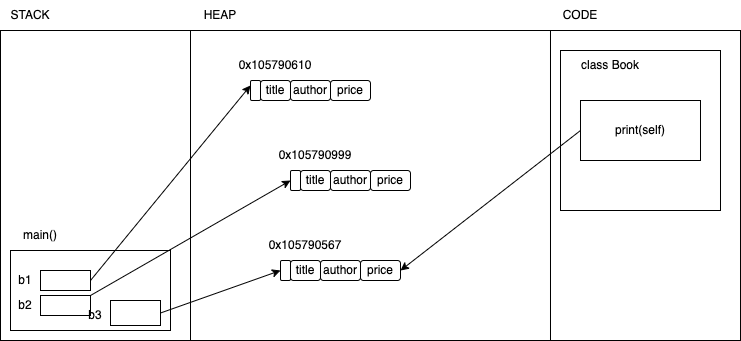
This is python_examples/concepts.dio.png from vinod-kayartaya/TARGET-PYTHON-4-DEC-2023, a draw.io export, as it was before one commit. Source tidied: cells renumbered, new cells last; positions are measured from the earlier drawing's top-left corner, leaving out a move shared by most shapes. The source it was exported from:
```xml
<mxGraphModel>
  <root>
    <mxCell id="0" />
    <mxCell id="1" parent="0" />
    <mxCell id="2" style="rounded=0;whiteSpace=wrap;html=1;" parent="1" vertex="1">
      <mxGeometry y="30" width="190" height="310" as="geometry" />
    </mxCell>
    <mxCell id="3" value="STACK" style="text;html=1;strokeColor=none;fillColor=none;align=center;verticalAlign=middle;whiteSpace=wrap;rounded=0;" parent="1" vertex="1">
      <mxGeometry width="60" height="30" as="geometry" />
    </mxCell>
    <mxCell id="4" style="rounded=0;whiteSpace=wrap;html=1;" parent="1" vertex="1">
      <mxGeometry x="190" y="30" width="360" height="310" as="geometry" />
    </mxCell>
    <mxCell id="5" value="HEAP" style="text;html=1;strokeColor=none;fillColor=none;align=center;verticalAlign=middle;whiteSpace=wrap;rounded=0;" parent="1" vertex="1">
      <mxGeometry x="190" width="60" height="30" as="geometry" />
    </mxCell>
    <mxCell id="6" style="rounded=0;whiteSpace=wrap;html=1;" parent="1" vertex="1">
      <mxGeometry x="550" y="30" width="190" height="310" as="geometry" />
    </mxCell>
    <mxCell id="7" value="CODE" style="text;html=1;strokeColor=none;fillColor=none;align=center;verticalAlign=middle;whiteSpace=wrap;rounded=0;" parent="1" vertex="1">
      <mxGeometry x="550" width="60" height="30" as="geometry" />
    </mxCell>
    <mxCell id="8" style="rounded=0;whiteSpace=wrap;html=1;" parent="1" vertex="1">
      <mxGeometry x="560" y="50" width="160" height="160" as="geometry" />
    </mxCell>
    <mxCell id="9" style="rounded=0;whiteSpace=wrap;html=1;" parent="1" vertex="1">
      <mxGeometry x="10" y="250" width="160" height="80" as="geometry" />
    </mxCell>
    <mxCell id="10" value="main()" style="text;html=1;strokeColor=none;fillColor=none;align=center;verticalAlign=middle;whiteSpace=wrap;rounded=0;" parent="1" vertex="1">
      <mxGeometry x="10" y="220" width="60" height="30" as="geometry" />
    </mxCell>
    <mxCell id="11" style="edgeStyle=none;html=1;exitX=1;exitY=0.5;exitDx=0;exitDy=0;entryX=0;entryY=0.25;entryDx=0;entryDy=0;" parent="1" edge="1" source="12" target="14">
      <mxGeometry relative="1" as="geometry" />
    </mxCell>
    <mxCell id="12" style="rounded=0;whiteSpace=wrap;html=1;" parent="1" vertex="1">
      <mxGeometry x="40" y="270" width="50" height="20" as="geometry" />
    </mxCell>
    <mxCell id="13" value="b1" style="text;html=1;strokeColor=none;fillColor=none;align=center;verticalAlign=middle;whiteSpace=wrap;rounded=0;" parent="1" vertex="1">
      <mxGeometry x="10" y="265" width="30" height="30" as="geometry" />
    </mxCell>
    <mxCell id="14" style="rounded=1;whiteSpace=wrap;html=1;" parent="1" vertex="1">
      <mxGeometry x="250" y="80" width="10" height="20" as="geometry" />
    </mxCell>
    <mxCell id="15" value="0x105790610" style="text;html=1;strokeColor=none;fillColor=none;align=center;verticalAlign=middle;whiteSpace=wrap;rounded=0;" parent="1" vertex="1">
      <mxGeometry x="230" y="50" width="90" height="30" as="geometry" />
    </mxCell>
    <mxCell id="16" value="title" style="rounded=1;whiteSpace=wrap;html=1;" parent="1" vertex="1">
      <mxGeometry x="260" y="80" width="30" height="20" as="geometry" />
    </mxCell>
    <mxCell id="17" value="author" style="rounded=1;whiteSpace=wrap;html=1;" parent="1" vertex="1">
      <mxGeometry x="290" y="80" width="40" height="20" as="geometry" />
    </mxCell>
    <mxCell id="18" value="price" style="rounded=1;whiteSpace=wrap;html=1;" parent="1" vertex="1">
      <mxGeometry x="330" y="80" width="40" height="20" as="geometry" />
    </mxCell>
    <mxCell id="19" value="class Book" style="text;html=1;strokeColor=none;fillColor=none;align=center;verticalAlign=middle;whiteSpace=wrap;rounded=0;" parent="1" vertex="1">
      <mxGeometry x="560" y="50" width="100" height="30" as="geometry" />
    </mxCell>
    <mxCell id="20" style="edgeStyle=none;html=1;exitX=0;exitY=0.5;exitDx=0;exitDy=0;entryX=1;entryY=0.5;entryDx=0;entryDy=0;" parent="1" edge="1" source="21" target="30">
      <mxGeometry relative="1" as="geometry" />
    </mxCell>
    <mxCell id="21" value="print(self)" style="rounded=0;whiteSpace=wrap;html=1;" parent="1" vertex="1">
      <mxGeometry x="580" y="100" width="120" height="60" as="geometry" />
    </mxCell>
    <mxCell id="22" style="rounded=1;whiteSpace=wrap;html=1;" parent="1" vertex="1">
      <mxGeometry x="290" y="170" width="10" height="20" as="geometry" />
    </mxCell>
    <mxCell id="23" value="title" style="rounded=1;whiteSpace=wrap;html=1;" parent="1" vertex="1">
      <mxGeometry x="300" y="170" width="30" height="20" as="geometry" />
    </mxCell>
    <mxCell id="24" value="author" style="rounded=1;whiteSpace=wrap;html=1;" parent="1" vertex="1">
      <mxGeometry x="330" y="170" width="40" height="20" as="geometry" />
    </mxCell>
    <mxCell id="25" value="price" style="rounded=1;whiteSpace=wrap;html=1;" parent="1" vertex="1">
      <mxGeometry x="370" y="170" width="40" height="20" as="geometry" />
    </mxCell>
    <mxCell id="26" value="0x105790999" style="text;html=1;strokeColor=none;fillColor=none;align=center;verticalAlign=middle;whiteSpace=wrap;rounded=0;" parent="1" vertex="1">
      <mxGeometry x="270" y="140" width="90" height="30" as="geometry" />
    </mxCell>
    <mxCell id="27" style="rounded=1;whiteSpace=wrap;html=1;" parent="1" vertex="1">
      <mxGeometry x="280" y="260" width="10" height="20" as="geometry" />
    </mxCell>
    <mxCell id="28" value="title" style="rounded=1;whiteSpace=wrap;html=1;" parent="1" vertex="1">
      <mxGeometry x="290" y="260" width="30" height="20" as="geometry" />
    </mxCell>
    <mxCell id="29" value="author" style="rounded=1;whiteSpace=wrap;html=1;" parent="1" vertex="1">
      <mxGeometry x="320" y="260" width="40" height="20" as="geometry" />
    </mxCell>
    <mxCell id="30" value="price" style="rounded=1;whiteSpace=wrap;html=1;" parent="1" vertex="1">
      <mxGeometry x="360" y="260" width="40" height="20" as="geometry" />
    </mxCell>
    <mxCell id="31" value="0x105790567" style="text;html=1;strokeColor=none;fillColor=none;align=center;verticalAlign=middle;whiteSpace=wrap;rounded=0;" parent="1" vertex="1">
      <mxGeometry x="260" y="230" width="90" height="30" as="geometry" />
    </mxCell>
    <mxCell id="32" value="b2" style="text;html=1;strokeColor=none;fillColor=none;align=center;verticalAlign=middle;whiteSpace=wrap;rounded=0;" parent="1" vertex="1">
      <mxGeometry x="10" y="290" width="30" height="30" as="geometry" />
    </mxCell>
    <mxCell id="33" style="edgeStyle=none;html=1;exitX=1;exitY=0;exitDx=0;exitDy=0;entryX=0;entryY=0.5;entryDx=0;entryDy=0;" parent="1" edge="1" source="34" target="22">
      <mxGeometry relative="1" as="geometry" />
    </mxCell>
    <mxCell id="34" style="rounded=0;whiteSpace=wrap;html=1;" parent="1" vertex="1">
      <mxGeometry x="40" y="295" width="50" height="20" as="geometry" />
    </mxCell>
    <mxCell id="35" value="b3" style="text;html=1;strokeColor=none;fillColor=none;align=center;verticalAlign=middle;whiteSpace=wrap;rounded=0;" parent="1" vertex="1">
      <mxGeometry x="80" y="300" width="30" height="30" as="geometry" />
    </mxCell>
    <mxCell id="36" style="edgeStyle=none;html=1;exitX=1;exitY=0.5;exitDx=0;exitDy=0;entryX=0;entryY=0.5;entryDx=0;entryDy=0;" parent="1" edge="1" source="37" target="27">
      <mxGeometry relative="1" as="geometry" />
    </mxCell>
    <mxCell id="37" style="rounded=0;whiteSpace=wrap;html=1;" parent="1" vertex="1">
      <mxGeometry x="110" y="300" width="50" height="25" as="geometry" />
    </mxCell>
  </root>
</mxGraphModel>
```
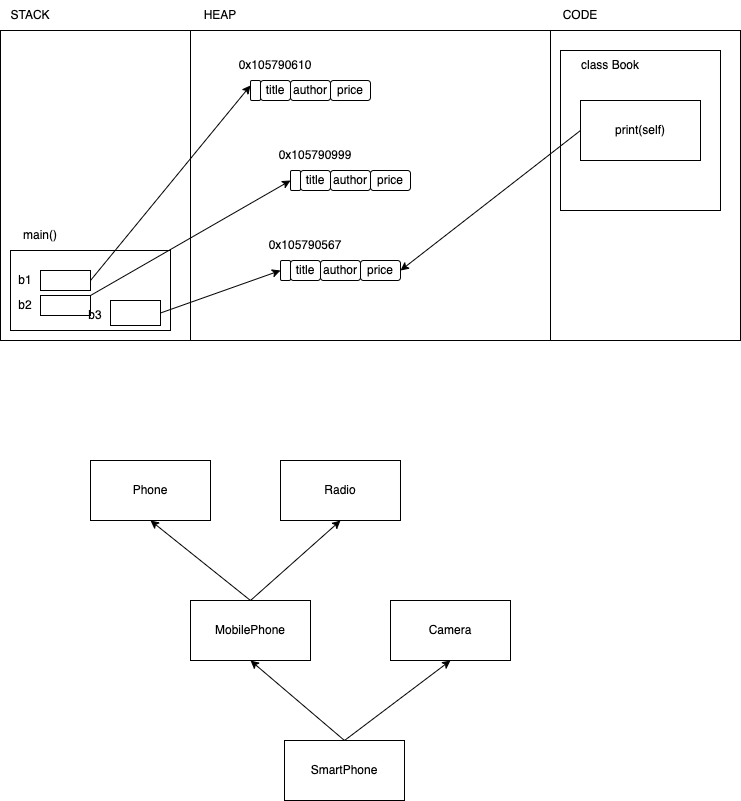
After the commit.

Change to the diagram source:
```diff
@@ -110,5 +110,32 @@
     <mxCell id="37" style="rounded=0;whiteSpace=wrap;html=1;" parent="1" vertex="1">
       <mxGeometry x="110" y="300" width="50" height="25" as="geometry" />
     </mxCell>
+    <mxCell id="38" value="Phone" style="rounded=0;whiteSpace=wrap;html=1;" parent="1" vertex="1">
+      <mxGeometry x="90" y="460" width="120" height="60" as="geometry" />
+    </mxCell>
+    <mxCell id="39" value="Radio" style="rounded=0;whiteSpace=wrap;html=1;" parent="1" vertex="1">
+      <mxGeometry x="280" y="460" width="120" height="60" as="geometry" />
+    </mxCell>
+    <mxCell id="40" style="edgeStyle=none;html=1;exitX=0.5;exitY=0;exitDx=0;exitDy=0;entryX=0.5;entryY=1;entryDx=0;entryDy=0;" parent="1" edge="1" source="42" target="38">
+      <mxGeometry relative="1" as="geometry" />
+    </mxCell>
+    <mxCell id="41" style="edgeStyle=none;html=1;exitX=0.5;exitY=0;exitDx=0;exitDy=0;entryX=0.5;entryY=1;entryDx=0;entryDy=0;" parent="1" edge="1" source="42" target="39">
+      <mxGeometry relative="1" as="geometry" />
+    </mxCell>
+    <mxCell id="42" value="MobilePhone" style="rounded=0;whiteSpace=wrap;html=1;" parent="1" vertex="1">
+      <mxGeometry x="190" y="600" width="120" height="60" as="geometry" />
+    </mxCell>
+    <mxCell id="43" value="Camera" style="rounded=0;whiteSpace=wrap;html=1;" parent="1" vertex="1">
+      <mxGeometry x="390" y="600" width="120" height="60" as="geometry" />
+    </mxCell>
+    <mxCell id="44" style="edgeStyle=none;html=1;exitX=0.5;exitY=0;exitDx=0;exitDy=0;entryX=0.5;entryY=1;entryDx=0;entryDy=0;" parent="1" edge="1" source="46" target="42">
+      <mxGeometry relative="1" as="geometry" />
+    </mxCell>
+    <mxCell id="45" style="edgeStyle=none;html=1;exitX=0.5;exitY=0;exitDx=0;exitDy=0;entryX=0.5;entryY=1;entryDx=0;entryDy=0;" parent="1" edge="1" source="46" target="43">
+      <mxGeometry relative="1" as="geometry" />
+    </mxCell>
+    <mxCell id="46" value="SmartPhone" style="rounded=0;whiteSpace=wrap;html=1;" parent="1" vertex="1">
+      <mxGeometry x="284" y="740" width="120" height="60" as="geometry" />
+    </mxCell>
   </root>
 </mxGraphModel>
```
